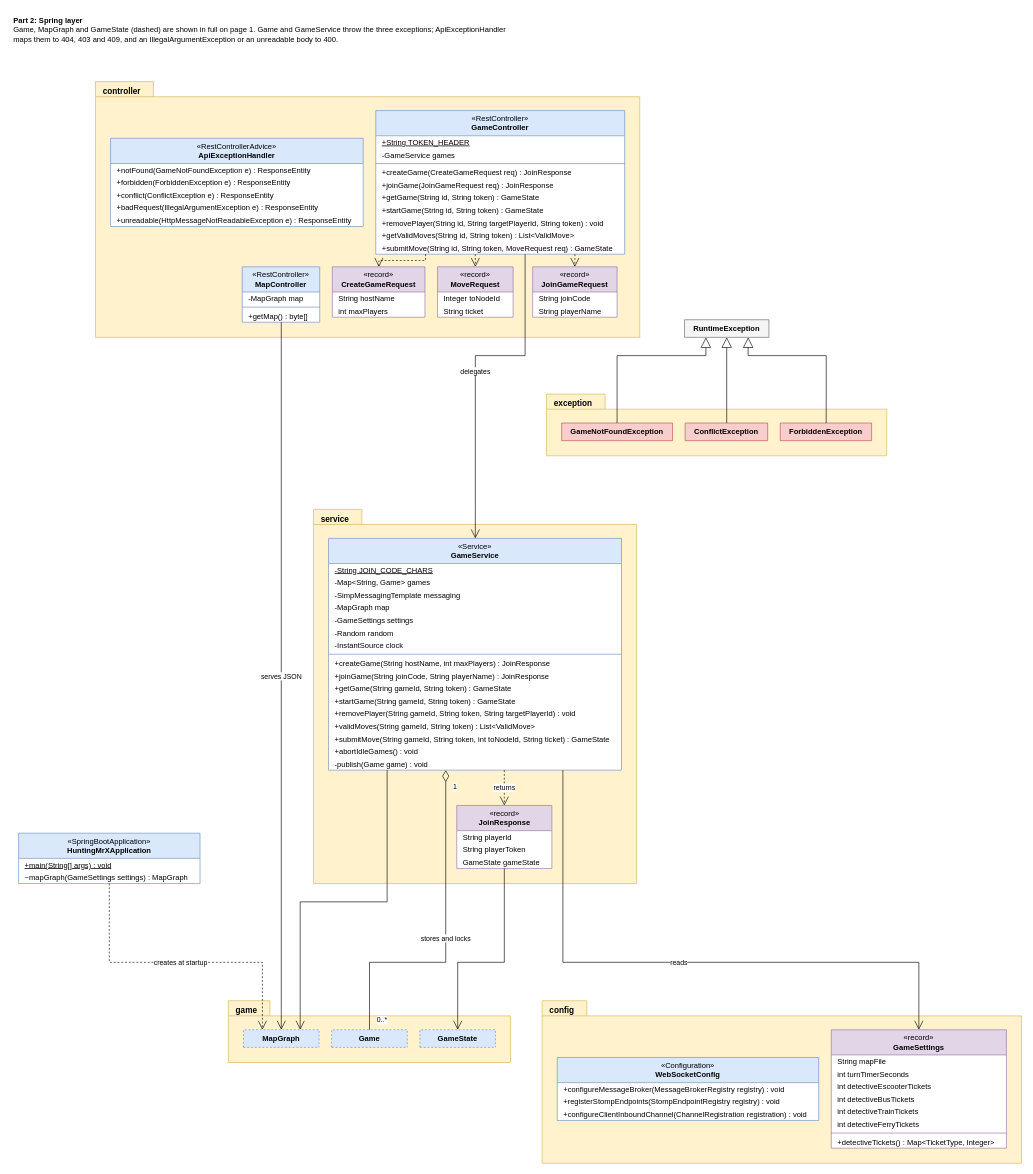
Before: page "Part 2: Spring layer" (2 of 2) of documentation/plans/class-graph.drawio in Ming-Bao/HuntingMrX, a draw.io diagram. Source tidied: cells renumbered, new cells numbered last; positions are measured from the earlier drawing's top-left corner, leaving out a move shared by most shapes. Both pictures are drawn from the tidied source at 63%, with x=0, y=0 at pixel (11, 11).
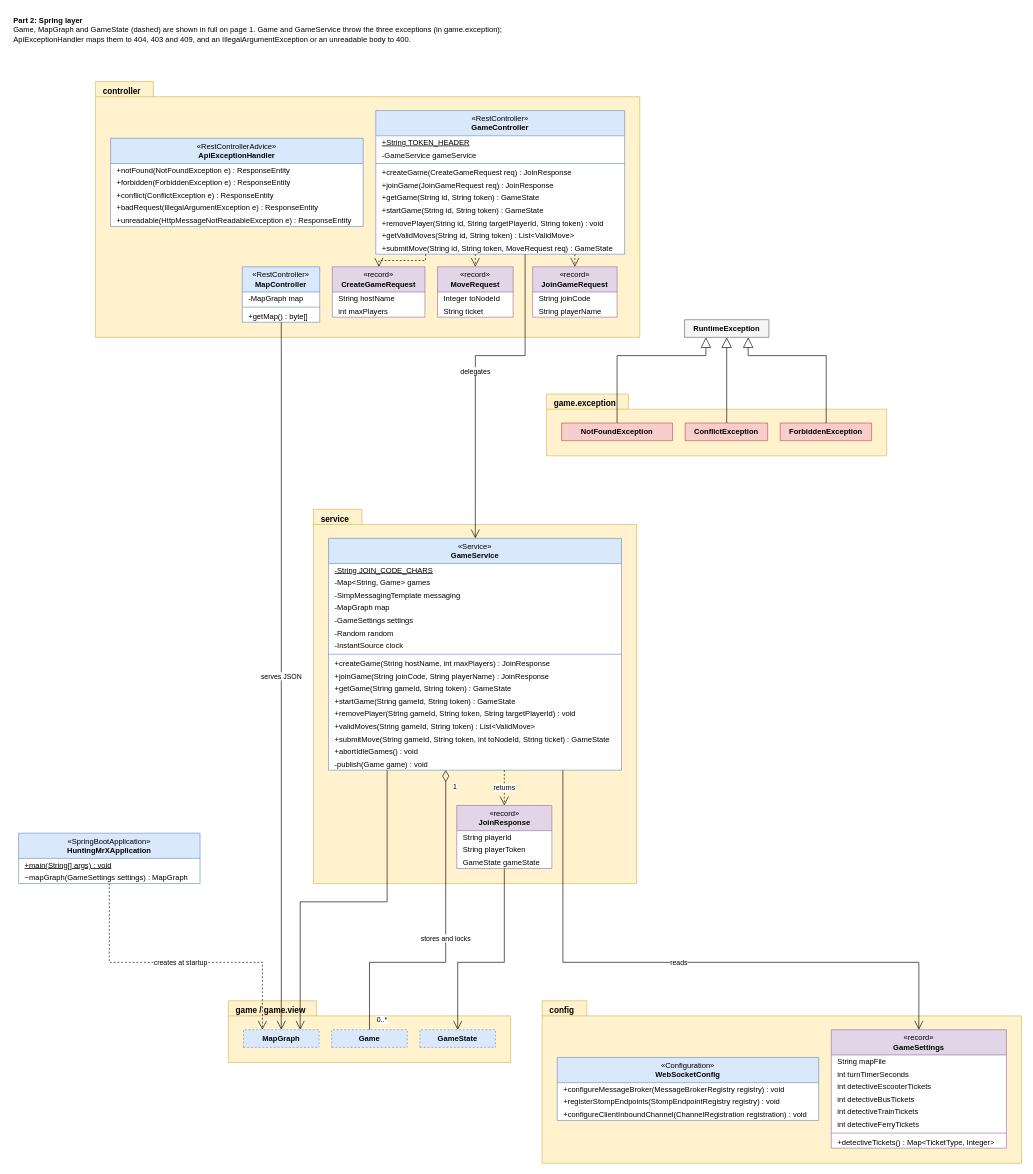
The same page after the edit.

The change refers to these unchanged cells:
```xml
<mxCell id="8" value="«RestControllerAdvice»&lt;br&gt;&lt;b&gt;ApiExceptionHandler&lt;/b&gt;" style="swimlane;fontStyle=0;horizontal=1;startSize=40;html=1;whiteSpace=wrap;fontSize=12;fillColor=#dae8fc;strokeColor=#6c8ebf;swimlaneFillColor=#FFFFFF;" parent="3" vertex="1">
  <mxGeometry x="24" y="90" width="401" height="140" as="geometry" />
</mxCell>
<mxCell id="18" value="«RestController»&lt;br&gt;&lt;b&gt;GameController&lt;/b&gt;" style="swimlane;fontStyle=0;horizontal=1;startSize=40;html=1;whiteSpace=wrap;fontSize=12;fillColor=#dae8fc;strokeColor=#6c8ebf;swimlaneFillColor=#FFFFFF;" parent="3" vertex="1">
  <mxGeometry x="445" y="46" width="395" height="228" as="geometry" />
</mxCell>
<mxCell id="82" value="&lt;b&gt;RuntimeException&lt;/b&gt;" style="swimlane;fontStyle=0;horizontal=1;startSize=28;html=1;whiteSpace=wrap;fontSize=12;fillColor=#f5f5f5;strokeColor=#666666;swimlaneFillColor=#FFFFFF;" parent="1" vertex="1">
  <mxGeometry x="1069" y="490" width="134" height="28" as="geometry" />
</mxCell>
```

Change to the diagram source:
```diff
@@
-    <mxCell id="2" value="&lt;b&gt;Part 2: Spring layer&lt;/b&gt;&lt;br&gt;Game, MapGraph and GameState (dashed) are shown in full on page 1. Game and GameService throw the three exceptions; ApiExceptionHandler maps them to 404, 403 and 409, and an IllegalArgumentException or an unreadable body to 400." style="text;html=1;whiteSpace=wrap;align=left;verticalAlign=top;fontSize=12;spacing=4;" parent="1" vertex="1">
+    <mxCell id="2" value="&lt;b&gt;Part 2: Spring layer&lt;/b&gt;&lt;br&gt;Game, MapGraph and GameState (dashed) are shown in full on page 1. Game and GameService throw the three exceptions (in game.exception); ApiExceptionHandler maps them to 404, 403 and 409, and an IllegalArgumentException or an unreadable body to 400." style="text;html=1;whiteSpace=wrap;align=left;verticalAlign=top;fontSize=12;spacing=4;" parent="1" vertex="1">
       <mxGeometry width="820" height="80" as="geometry" />
     </mxCell>
@@
-    <mxCell id="6" value="exception" style="shape=folder;tabWidth=93;tabHeight=24;tabPosition=left;fontStyle=1;fontSize=13;verticalAlign=top;align=left;spacingLeft=10;spacingTop=1;fillColor=#fff2cc;strokeColor=#d6b656;html=1;" parent="1" vertex="1">
+    <mxCell id="6" value="game.exception" style="shape=folder;tabWidth=130;tabHeight=24;tabPosition=left;fontStyle=1;fontSize=13;verticalAlign=top;align=left;spacingLeft=10;spacingTop=1;fillColor=#fff2cc;strokeColor=#d6b656;html=1;" parent="1" vertex="1">
       <mxGeometry x="850" y="608" width="540" height="98" as="geometry" />
     </mxCell>
-    <mxCell id="7" value="game" style="shape=folder;tabWidth=66;tabHeight=24;tabPosition=left;fontStyle=1;fontSize=13;verticalAlign=top;align=left;spacingLeft=10;spacingTop=1;fillColor=#fff2cc;strokeColor=#d6b656;html=1;" parent="1" vertex="1">
+    <mxCell id="7" value="game / game.view" style="shape=folder;tabWidth=140;tabHeight=24;tabPosition=left;fontStyle=1;fontSize=13;verticalAlign=top;align=left;spacingLeft=10;spacingTop=1;fillColor=#fff2cc;strokeColor=#d6b656;html=1;" parent="1" vertex="1">
       <mxGeometry x="345" y="1571" width="448" height="98" as="geometry" />
     </mxCell>
@@
-    <mxCell id="9" value="+notFound(GameNotFoundException e) : ResponseEntity" style="text;strokeColor=none;fillColor=none;align=left;verticalAlign=middle;spacingLeft=8;spacingRight=8;overflow=hidden;fontSize=12;" parent="8" vertex="1">
+    <mxCell id="9" value="+notFound(NotFoundException e) : ResponseEntity" style="text;strokeColor=none;fillColor=none;align=left;verticalAlign=middle;spacingLeft=8;spacingRight=8;overflow=hidden;fontSize=12;" parent="8" vertex="1">
       <mxGeometry y="40" width="401" height="20" as="geometry" />
     </mxCell>
@@
-    <mxCell id="20" value="-GameService games" style="text;strokeColor=none;fillColor=none;align=left;verticalAlign=middle;spacingLeft=8;spacingRight=8;overflow=hidden;fontSize=12;" parent="18" vertex="1">
+    <mxCell id="20" value="-GameService gameService" style="text;strokeColor=none;fillColor=none;align=left;verticalAlign=middle;spacingLeft=8;spacingRight=8;overflow=hidden;fontSize=12;" parent="18" vertex="1">
       <mxGeometry y="60" width="395" height="20" as="geometry" />
     </mxCell>
@@
-    <mxCell id="76" value="&lt;b&gt;GameNotFoundException&lt;/b&gt;" style="swimlane;fontStyle=0;horizontal=1;startSize=28;html=1;whiteSpace=wrap;fontSize=12;fillColor=#f8cecc;strokeColor=#b85450;swimlaneFillColor=#FFFFFF;" parent="6" vertex="1">
-      <mxGeometry x="24" y="46" width="176" height="28" as="geometry" />
-    </mxCell>
+    <mxCell id="99" value="&lt;b&gt;NotFoundException&lt;/b&gt;" style="swimlane;fontStyle=0;horizontal=1;startSize=28;html=1;whiteSpace=wrap;fontSize=12;fillColor=#f8cecc;strokeColor=#b85450;swimlaneFillColor=#FFFFFF;" parent="6" vertex="1">
+      <mxGeometry x="24" y="46" width="176" height="28" as="geometry" />
+    </mxCell>
@@
-    <mxCell id="96" style="edgeStyle=orthogonalEdgeStyle;rounded=0;html=1;fontSize=11;labelBackgroundColor=#ffffff;endArrow=none;startArrow=block;startFill=0;startSize=14;exitX=0.254;exitY=1;exitDx=0;exitDy=0;entryX=0.5;entryY=0;entryDx=0;entryDy=0;" parent="1" edge="1" source="82" target="76">
+    <mxCell id="96" style="edgeStyle=orthogonalEdgeStyle;rounded=0;html=1;fontSize=11;labelBackgroundColor=#ffffff;endArrow=none;startArrow=block;startFill=0;startSize=14;exitX=0.254;exitY=1;exitDx=0;exitDy=0;entryX=0.5;entryY=0;entryDx=0;entryDy=0;" parent="1" edge="1" source="82" target="99">
       <mxGeometry relative="1" as="geometry">
         <Array as="points">
           <mxPoint x="1103" y="547" />
           <mxPoint x="962" y="547" />
         </Array>
       </mxGeometry>
     </mxCell>
```
